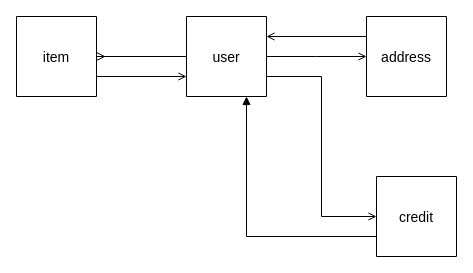
Before: test.dio in wagadayon/furima-31909, a draw.io diagram. Source tidied: cells renumbered, new cells numbered last; positions are measured from the earlier drawing's top-left corner, leaving out a move shared by most shapes. Both pictures are drawn from the tidied source at 100%, with x=0, y=0 at pixel (16, 16).
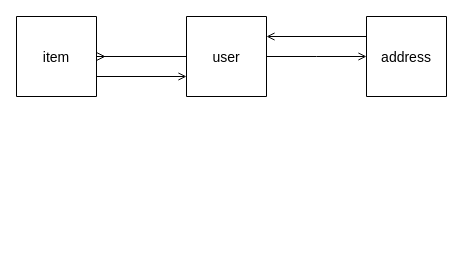
The same page after the edit.

Change to the diagram source:
```diff
@@
 <mxGraphModel>
   <root>
     <mxCell id="0" />
     <mxCell id="1" parent="0" />
     <mxCell id="2" style="edgeStyle=orthogonalEdgeStyle;rounded=0;jettySize=auto;html=1;exitX=0;exitY=0.5;exitDx=0;exitDy=0;entryX=1;entryY=0.5;entryDx=0;entryDy=0;endArrow=ERmany;endFill=0;" parent="1" edge="1" source="5" target="11">
       <mxGeometry relative="1" as="geometry" />
     </mxCell>
     <mxCell id="3" style="edgeStyle=orthogonalEdgeStyle;rounded=0;jettySize=auto;html=1;exitX=1;exitY=0.5;exitDx=0;exitDy=0;entryX=0;entryY=0.5;entryDx=0;entryDy=0;endArrow=open;endFill=0;" parent="1" edge="1" source="5" target="7">
       <mxGeometry relative="1" as="geometry">
         <Array as="points">
           <mxPoint x="300" y="40" />
           <mxPoint x="300" y="40" />
         </Array>
       </mxGeometry>
     </mxCell>
-    <mxCell id="4" style="edgeStyle=orthogonalEdgeStyle;rounded=0;jettySize=auto;html=1;exitX=1;exitY=0.75;exitDx=0;exitDy=0;entryX=0;entryY=0.5;entryDx=0;entryDy=0;endArrow=open;endFill=0;" parent="1" edge="1" source="5" target="9">
-      <mxGeometry relative="1" as="geometry" />
-    </mxCell>
     <mxCell id="5" value="user" style="swimlane;fontStyle=0;horizontal=1;startSize=80;align=center;fontSize=14;" parent="1" vertex="1" collapsed="1">
       <mxGeometry x="170" width="80" height="80" as="geometry" />
     </mxCell>
     <mxCell id="6" style="edgeStyle=orthogonalEdgeStyle;rounded=0;jettySize=auto;html=1;exitX=0;exitY=0.25;exitDx=0;exitDy=0;entryX=1;entryY=0.25;entryDx=0;entryDy=0;endArrow=open;endFill=0;" parent="1" edge="1" source="7" target="5">
       <mxGeometry relative="1" as="geometry" />
     </mxCell>
     <mxCell id="7" value="address" style="swimlane;fontStyle=0;horizontal=1;startSize=80;align=center;fontSize=14;" parent="1" vertex="1" collapsed="1">
       <mxGeometry x="350" width="80" height="80" as="geometry" />
     </mxCell>
-    <mxCell id="8" style="edgeStyle=orthogonalEdgeStyle;rounded=0;jettySize=auto;html=1;exitX=0;exitY=0.75;exitDx=0;exitDy=0;entryX=0.75;entryY=1;entryDx=0;entryDy=0;endArrow=block;endFill=1;" parent="1" edge="1" source="9" target="5">
-      <mxGeometry relative="1" as="geometry" />
-    </mxCell>
-    <mxCell id="9" value="credit" style="swimlane;fontStyle=0;horizontal=1;startSize=80;align=center;fontSize=14;" parent="1" vertex="1" collapsed="1">
-      <mxGeometry x="360" y="160" width="80" height="80" as="geometry" />
-    </mxCell>
     <mxCell id="10" style="edgeStyle=orthogonalEdgeStyle;rounded=0;jettySize=auto;html=1;exitX=1;exitY=0.75;exitDx=0;exitDy=0;entryX=0;entryY=0.75;entryDx=0;entryDy=0;endArrow=open;endFill=0;" parent="1" edge="1" source="11" target="5">
       <mxGeometry relative="1" as="geometry" />
     </mxCell>
     <mxCell id="11" value="item" style="swimlane;fontStyle=0;horizontal=1;startSize=80;align=center;fontSize=14;" parent="1" vertex="1" collapsed="1">
       <mxGeometry width="80" height="80" as="geometry" />
     </mxCell>
   </root>
 </mxGraphModel>
```
